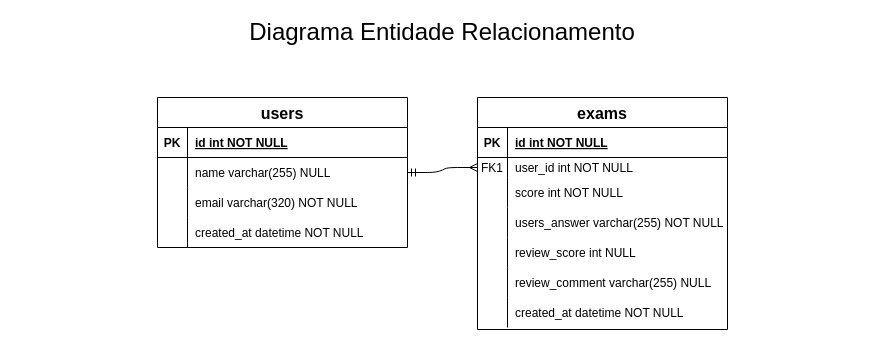
This is docs/DER.drawio from Fatec-Bug-Busters/scrum-academy, a draw.io file, before an edit. Source tidied: cells renumbered, new cells numbered last; positions are measured from the earlier drawing's top-left corner, leaving out a move shared by most shapes. Both pictures are drawn from the tidied source at 100%, with x=0, y=0 at pixel (17, 17).
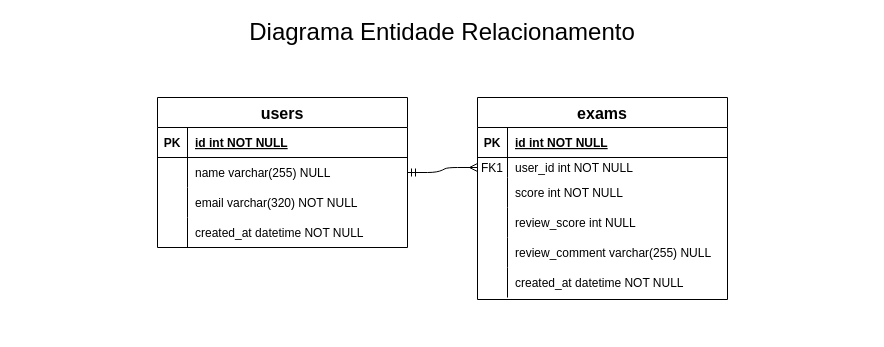
The same diagram, later.

Change to the diagram source:
```diff
@@
     <mxCell id="16" value="exams" style="shape=table;startSize=30;childLayout=tableLayout;rowLines=0;fontStyle=1;align=center;fontSize=16;" parent="1" vertex="1">
-      <mxGeometry x="460" y="80" width="250" height="232" as="geometry" />
+      <mxGeometry x="460" y="80" width="250" height="202" as="geometry" />
     </mxCell>
@@
-    <mxCell id="26" style="shape=tableRow;horizontal=0;startSize=0;swimlaneHead=0;swimlaneBody=0;fillColor=none;top=0;left=0;right=0;bottom=0;" parent="16" vertex="1">
-      <mxGeometry y="110" width="250" height="30" as="geometry" />
-    </mxCell>
-    <mxCell id="27" style="shape=partialRectangle;fillColor=none;top=0;left=0;bottom=0;right=0;overflow=hidden;" parent="26" vertex="1">
-      <mxGeometry width="30" height="30" as="geometry" />
-    </mxCell>
-    <mxCell id="28" value="users_answer varchar(255) NOT NULL" style="shape=partialRectangle;fillColor=none;top=0;left=0;bottom=0;right=0;align=left;spacingLeft=6;overflow=hidden;" parent="26" vertex="1">
-      <mxGeometry x="30" width="220" height="30" as="geometry" />
-    </mxCell>
     <mxCell id="29" style="shape=tableRow;horizontal=0;startSize=0;swimlaneHead=0;swimlaneBody=0;fillColor=none;top=0;left=0;right=0;bottom=0;" parent="16" vertex="1">
-      <mxGeometry y="140" width="250" height="30" as="geometry" />
+      <mxGeometry y="110" width="250" height="30" as="geometry" />
     </mxCell>
@@
     <mxCell id="32" style="shape=tableRow;horizontal=0;startSize=0;swimlaneHead=0;swimlaneBody=0;fillColor=none;top=0;left=0;right=0;bottom=0;" parent="16" vertex="1">
-      <mxGeometry y="170" width="250" height="30" as="geometry" />
+      <mxGeometry y="140" width="250" height="30" as="geometry" />
     </mxCell>
@@
     <mxCell id="35" style="shape=tableRow;horizontal=0;startSize=0;swimlaneHead=0;swimlaneBody=0;fillColor=none;top=0;left=0;right=0;bottom=0;" parent="16" vertex="1">
-      <mxGeometry y="200" width="250" height="30" as="geometry" />
+      <mxGeometry y="170" width="250" height="30" as="geometry" />
     </mxCell>
```
